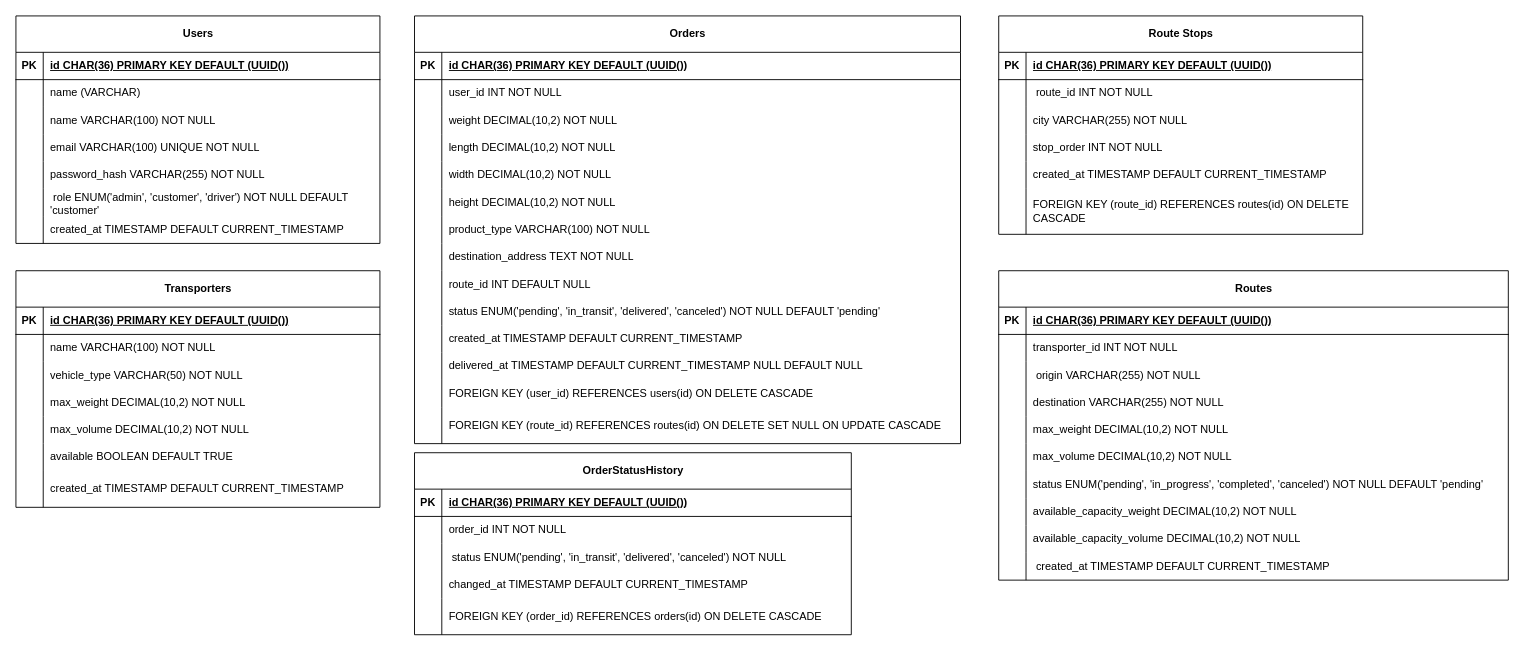
This is logistics.drawio from crishood/diagrams, a draw.io file, before an edit. Source tidied: cells renumbered, new cells numbered last; positions are measured from the earlier drawing's top-left corner, leaving out a move shared by most shapes. Both pictures are drawn from the tidied source at 91%, with x=0, y=0 at pixel (15, 15).
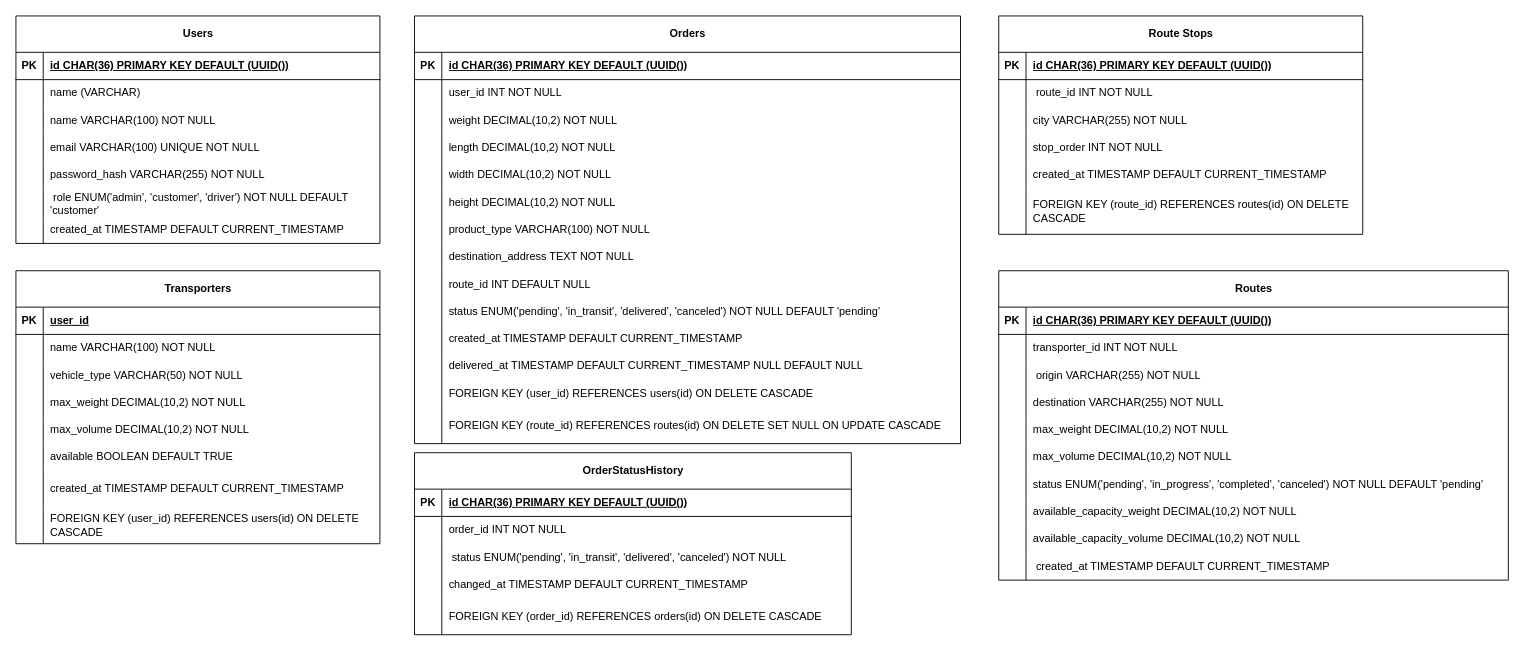
The same page after the edit.

The change refers to these unchanged cells:
```xml
<mxCell id="68" style="shape=tableRow;horizontal=0;startSize=0;swimlaneHead=0;swimlaneBody=0;fillColor=none;top=0;left=0;right=0;bottom=1;" parent="67" vertex="1">
  <mxGeometry y="40" width="400" height="30" as="geometry" />
</mxCell>
```

The edit, as a diff of the source:
```diff
@@
     <mxCell id="67" value="Transporters" style="shape=table;startSize=40;childLayout=tableLayout;rowLines=0;fontStyle=1;align=center;html=1;" parent="1" vertex="1">
-      <mxGeometry y="280" width="400" height="260" as="geometry" />
+      <mxGeometry y="280" width="400" height="300" as="geometry" />
     </mxCell>
@@
-    <mxCell id="70" value="id CHAR(36) PRIMARY KEY DEFAULT (UUID())" style="shape=partialRectangle;fillColor=none;top=0;left=0;bottom=0;right=0;align=left;spacingLeft=6;fontStyle=5;overflow=hidden;whiteSpace=wrap;html=1;" parent="68" vertex="1">
+    <mxCell id="70" value="user_id" style="shape=partialRectangle;fillColor=none;top=0;left=0;bottom=0;right=0;align=left;spacingLeft=6;fontStyle=5;overflow=hidden;whiteSpace=wrap;html=1;" parent="68" vertex="1">
       <mxGeometry x="30" width="370" height="30" as="geometry" />
     </mxCell>
@@
+    <mxCell id="155" style="shape=tableRow;horizontal=0;startSize=0;swimlaneHead=0;swimlaneBody=0;fillColor=none;top=0;left=0;right=0;bottom=0;" parent="67" vertex="1">
+      <mxGeometry y="260" width="400" height="40" as="geometry" />
+    </mxCell>
+    <mxCell id="156" style="shape=partialRectangle;fillColor=none;top=0;left=0;bottom=0;right=0;overflow=hidden;whiteSpace=wrap;html=1;" parent="155" vertex="1">
+      <mxGeometry width="30" height="40" as="geometry" />
+    </mxCell>
+    <mxCell id="157" value="FOREIGN KEY (user_id) REFERENCES users(id) ON DELETE CASCADE" style="shape=partialRectangle;fillColor=none;top=0;left=0;bottom=0;right=0;align=left;spacingLeft=6;overflow=hidden;whiteSpace=wrap;html=1;" parent="155" vertex="1">
+      <mxGeometry x="30" width="370" height="40" as="geometry" />
+    </mxCell>
```
